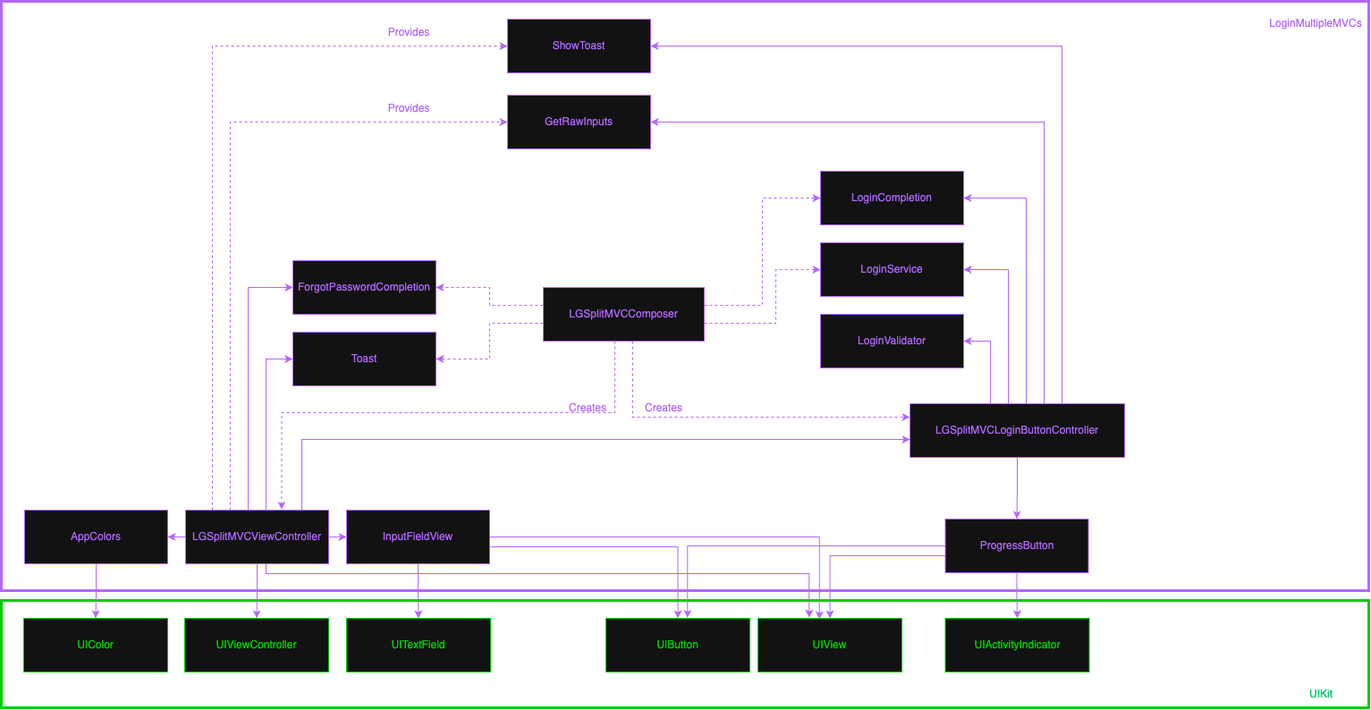
The draw.io diagram ECommerceScreens/ECommerceScreens/Login/SplitMVC/Diagrams/LGSplitMVCDependency.png in hiren9697/UIPatternsDemonstration, before a commit. Source tidied: cells renumbered, new cells last; positions are measured from the earlier drawing's top-left corner, leaving out a move shared by most shapes.
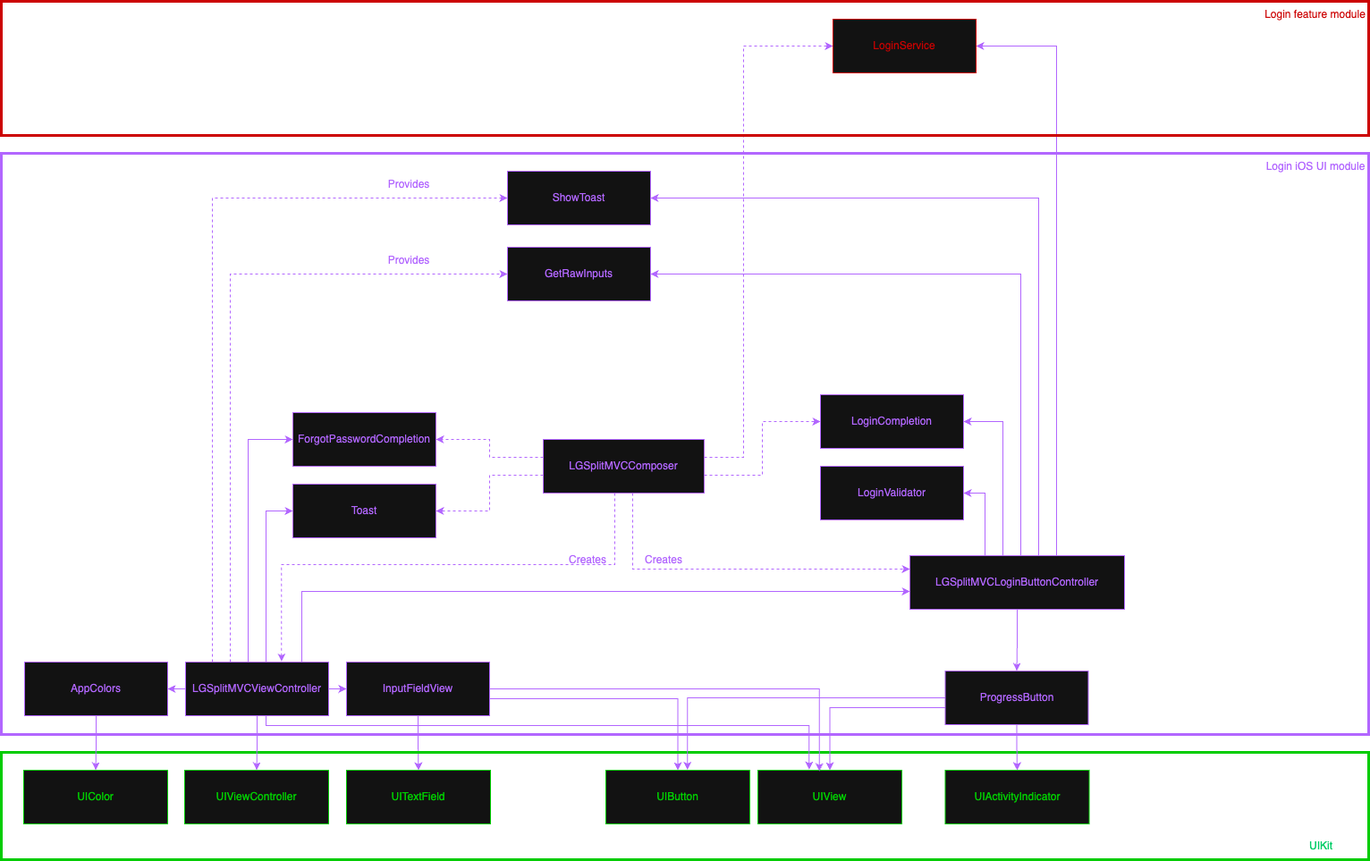
The same file after the commit.

What changed in the source:
```diff
@@ -18,20 +18,20 @@
     <mxCell id="5" value="&lt;span style=&quot;color: light-dark(rgb(0, 0, 0), rgb(178, 102, 255));&quot;&gt;ForgotPasswordCompletion&lt;/span&gt;" style="rounded=0;whiteSpace=wrap;html=1;strokeColor=light-dark(#000000,#B266FF);" parent="1" vertex="1">
       <mxGeometry x="326" y="290" width="160" height="60" as="geometry" />
     </mxCell>
-    <mxCell id="6" style="rounded=0;whiteSpace=wrap;html=1;strokeColor=light-dark(#000000,#B266FF);fillColor=none;strokeWidth=3;" parent="1" vertex="1">
-      <mxGeometry width="1529" height="659" as="geometry" />
-    </mxCell>
-    <mxCell id="7" style="rounded=0;whiteSpace=wrap;html=1;strokeColor=light-dark(#000000,#00CC00);fillColor=none;strokeWidth=3;" parent="1" vertex="1">
-      <mxGeometry y="670" width="1529" height="120" as="geometry" />
-    </mxCell>
+    <mxCell id="57" style="rounded=0;whiteSpace=wrap;html=1;strokeColor=light-dark(#000000,#B266FF);fillColor=none;strokeWidth=3;" parent="1" vertex="1">
+      <mxGeometry width="1529" height="650" as="geometry" />
+    </mxCell>
+    <mxCell id="58" style="rounded=0;whiteSpace=wrap;html=1;strokeColor=light-dark(#000000,#00CC00);fillColor=none;strokeWidth=3;" parent="1" vertex="1">
+      <mxGeometry y="670" width="1529" height="120" as="geometry" />
+    </mxCell>
     <mxCell id="8" value="&lt;font style=&quot;color: light-dark(rgb(0, 0, 0), rgb(0, 204, 102));&quot;&gt;UIKit&lt;/font&gt;" style="text;html=1;align=center;verticalAlign=middle;whiteSpace=wrap;rounded=0;" parent="1" vertex="1">
       <mxGeometry x="1446" y="760" width="60" height="30" as="geometry" />
     </mxCell>
-    <mxCell id="9" value="&lt;font style=&quot;color: light-dark(rgb(0, 0, 0), rgb(178, 102, 255));&quot;&gt;LoginMultipleMVCs&lt;/font&gt;" style="text;html=1;align=center;verticalAlign=middle;whiteSpace=wrap;rounded=0;" parent="1" vertex="1">
-      <mxGeometry x="1416" y="10" width="108" height="30" as="geometry" />
-    </mxCell>
+    <mxCell id="59" value="&lt;font style=&quot;color: light-dark(rgb(0, 0, 0), rgb(178, 102, 255));&quot;&gt;Login iOS UI module&lt;/font&gt;" style="text;html=1;align=center;verticalAlign=middle;whiteSpace=wrap;rounded=0;" parent="1" vertex="1">
+      <mxGeometry x="1412.5" width="114" height="30" as="geometry" />
+    </mxCell>
     <mxCell id="10" value="&lt;span style=&quot;color: light-dark(rgb(0, 0, 0), rgb(178, 102, 255));&quot;&gt;LoginCompletion&lt;/span&gt;" style="rounded=0;whiteSpace=wrap;html=1;strokeColor=light-dark(#000000,#B266FF);" parent="1" vertex="1">
-      <mxGeometry x="916" y="190" width="160" height="60" as="geometry" />
+      <mxGeometry x="916" y="270" width="160" height="60" as="geometry" />
     </mxCell>
     <mxCell id="11" style="edgeStyle=orthogonalEdgeStyle;rounded=0;jettySize=auto;html=1;entryX=0.5;entryY=0;entryDx=0;entryDy=0;strokeColor=#B266FF;" parent="1" edge="1" source="13" target="32">
       <mxGeometry relative="1" as="geometry">
@@ -46,9 +46,6 @@
     <mxCell id="13" value="&lt;span style=&quot;color: light-dark(rgb(0, 0, 0), rgb(178, 102, 255));&quot;&gt;ProgressButton&lt;/span&gt;" style="rounded=0;whiteSpace=wrap;html=1;strokeColor=light-dark(#000000,#B266FF);" parent="1" vertex="1">
       <mxGeometry x="1055.5" y="579" width="160" height="60" as="geometry" />
     </mxCell>
-    <mxCell id="14" value="&lt;span style=&quot;color: light-dark(rgb(0, 0, 0), rgb(178, 102, 255));&quot;&gt;LoginService&lt;/span&gt;" style="rounded=0;whiteSpace=wrap;html=1;strokeColor=light-dark(#000000,#B266FF);" parent="1" vertex="1">
-      <mxGeometry x="916" y="270" width="160" height="60" as="geometry" />
-    </mxCell>
     <mxCell id="15" value="&lt;span style=&quot;color: light-dark(rgb(0, 0, 0), rgb(178, 102, 255));&quot;&gt;Toast&lt;/span&gt;" style="rounded=0;whiteSpace=wrap;html=1;strokeColor=light-dark(#000000,#B266FF);" parent="1" vertex="1">
       <mxGeometry x="326" y="370" width="160" height="60" as="geometry" />
     </mxCell>
@@ -101,15 +98,15 @@
         </Array>
       </mxGeometry>
     </mxCell>
-    <mxCell id="27" style="edgeStyle=orthogonalEdgeStyle;rounded=0;orthogonalLoop=1;jettySize=auto;html=1;entryX=0;entryY=0.5;entryDx=0;entryDy=0;strokeColor=#B266FF;" parent="1" edge="1">
-      <mxGeometry relative="1" as="geometry">
-        <mxPoint x="336" y="579" as="sourcePoint" />
-        <mxPoint x="1016" y="490" as="targetPoint" />
-        <Array as="points">
-          <mxPoint x="336" y="490" />
-        </Array>
-      </mxGeometry>
-    </mxCell>
+    <mxCell id="60" style="edgeStyle=orthogonalEdgeStyle;rounded=0;orthogonalLoop=1;jettySize=auto;html=1;entryX=0;entryY=0.5;entryDx=0;entryDy=0;strokeColor=#B266FF;" parent="1" edge="1">
+      <mxGeometry relative="1" as="geometry">
+        <mxPoint x="336" y="579" as="sourcePoint" />
+        <mxPoint x="1016" y="490" as="targetPoint" />
+        <Array as="points">
+          <mxPoint x="336" y="490" />
+        </Array>
+      </mxGeometry>
+    </mxCell>
     <mxCell id="28" value="&lt;span style=&quot;color: light-dark(rgb(0, 0, 0), rgb(178, 102, 255));&quot;&gt;LGSplitMVCViewController&lt;/span&gt;" style="rounded=0;whiteSpace=wrap;html=1;strokeColor=light-dark(#000000,#B266FF);" parent="1" vertex="1">
       <mxGeometry x="206" y="569" width="160" height="60" as="geometry" />
     </mxCell>
@@ -137,38 +134,38 @@
     <mxCell id="36" style="edgeStyle=orthogonalEdgeStyle;rounded=0;jettySize=auto;html=1;entryX=1;entryY=0.5;entryDx=0;entryDy=0;strokeColor=#B266FF;" parent="1" edge="1" source="41" target="16">
       <mxGeometry relative="1" as="geometry">
         <Array as="points">
-          <mxPoint x="1106" y="380" />
+          <mxPoint x="1100" y="380" />
         </Array>
       </mxGeometry>
     </mxCell>
-    <mxCell id="37" style="edgeStyle=orthogonalEdgeStyle;rounded=0;jettySize=auto;html=1;entryX=1;entryY=0.5;entryDx=0;entryDy=0;strokeColor=#B266FF;" parent="1" edge="1" source="41" target="14">
-      <mxGeometry relative="1" as="geometry">
-        <Array as="points">
-          <mxPoint x="1126" y="300" />
-        </Array>
-      </mxGeometry>
-    </mxCell>
     <mxCell id="38" style="edgeStyle=orthogonalEdgeStyle;rounded=0;jettySize=auto;html=1;entryX=1;entryY=0.5;entryDx=0;entryDy=0;strokeColor=#B266FF;" parent="1" edge="1" source="41" target="10">
       <mxGeometry relative="1" as="geometry">
         <Array as="points">
-          <mxPoint x="1146" y="220" />
+          <mxPoint x="1120" y="300" />
         </Array>
       </mxGeometry>
     </mxCell>
     <mxCell id="39" style="edgeStyle=orthogonalEdgeStyle;rounded=0;jettySize=auto;html=1;entryX=1;entryY=0.5;entryDx=0;entryDy=0;strokeColor=#B266FF;" parent="1" edge="1" source="41" target="43">
       <mxGeometry relative="1" as="geometry">
         <Array as="points">
-          <mxPoint x="1166" y="135" />
+          <mxPoint x="1140" y="135" />
         </Array>
       </mxGeometry>
     </mxCell>
     <mxCell id="40" style="edgeStyle=orthogonalEdgeStyle;rounded=0;jettySize=auto;html=1;entryX=1;entryY=0.5;entryDx=0;entryDy=0;strokeColor=#B266FF;" parent="1" edge="1" source="41" target="42">
       <mxGeometry relative="1" as="geometry">
         <Array as="points">
-          <mxPoint x="1186" y="50" />
+          <mxPoint x="1160" y="50" />
         </Array>
       </mxGeometry>
     </mxCell>
+    <mxCell id="37" style="edgeStyle=orthogonalEdgeStyle;rounded=0;jettySize=auto;html=1;entryX=1;entryY=0.5;entryDx=0;entryDy=0;strokeColor=light-dark(#000000,#B266FF);" parent="1" edge="1" source="41" target="14">
+      <mxGeometry relative="1" as="geometry">
+        <Array as="points">
+          <mxPoint x="1180" y="-120" />
+        </Array>
+      </mxGeometry>
+    </mxCell>
     <mxCell id="41" value="&lt;span style=&quot;color: light-dark(rgb(0, 0, 0), rgb(178, 102, 255));&quot;&gt;LGSplitMVCLoginButtonController&lt;/span&gt;" style="rounded=0;whiteSpace=wrap;html=1;strokeColor=light-dark(#000000,#B266FF);" parent="1" vertex="1">
       <mxGeometry x="1016" y="450" width="240" height="60" as="geometry" />
     </mxCell>
@@ -208,26 +205,26 @@
     <mxCell id="48" style="edgeStyle=orthogonalEdgeStyle;rounded=0;jettySize=auto;html=1;entryX=0;entryY=0.5;entryDx=0;entryDy=0;strokeColor=#B266FF;dashed=1;" parent="1" edge="1" source="51" target="10">
       <mxGeometry relative="1" as="geometry">
         <Array as="points">
-          <mxPoint x="851" y="340" />
-          <mxPoint x="851" y="220" />
+          <mxPoint x="851" y="360" />
+          <mxPoint x="851" y="300" />
         </Array>
       </mxGeometry>
     </mxCell>
+    <mxCell id="50" style="edgeStyle=orthogonalEdgeStyle;rounded=0;jettySize=auto;html=1;entryX=0;entryY=0.25;entryDx=0;entryDy=0;strokeColor=#B266FF;dashed=1;" parent="1" edge="1" source="51" target="41">
+      <mxGeometry relative="1" as="geometry">
+        <Array as="points">
+          <mxPoint x="706" y="465" />
+        </Array>
+      </mxGeometry>
+    </mxCell>
-    <mxCell id="49" style="edgeStyle=orthogonalEdgeStyle;rounded=0;jettySize=auto;html=1;entryX=0;entryY=0.5;entryDx=0;entryDy=0;strokeColor=#B266FF;dashed=1;" parent="1" edge="1" source="51" target="14">
+    <mxCell id="49" style="edgeStyle=orthogonalEdgeStyle;rounded=0;jettySize=auto;html=1;entryX=0;entryY=0.5;entryDx=0;entryDy=0;strokeColor=light-dark(#000000,#B266FF);dashed=1;" parent="1" edge="1" source="51" target="14">
       <mxGeometry relative="1" as="geometry">
         <Array as="points">
-          <mxPoint x="866" y="360" />
-          <mxPoint x="866" y="300" />
+          <mxPoint x="830" y="340" />
+          <mxPoint x="830" y="-120" />
         </Array>
       </mxGeometry>
     </mxCell>
-    <mxCell id="50" style="edgeStyle=orthogonalEdgeStyle;rounded=0;jettySize=auto;html=1;entryX=0;entryY=0.25;entryDx=0;entryDy=0;strokeColor=#B266FF;dashed=1;" parent="1" edge="1" source="51" target="41">
-      <mxGeometry relative="1" as="geometry">
-        <Array as="points">
-          <mxPoint x="706" y="465" />
-        </Array>
-      </mxGeometry>
-    </mxCell>
     <mxCell id="51" value="&lt;span style=&quot;color: light-dark(rgb(0, 0, 0), rgb(178, 102, 255));&quot;&gt;LGSplitMVCComposer&lt;/span&gt;" style="rounded=0;whiteSpace=wrap;html=1;strokeColor=light-dark(#000000,#B266FF);" parent="1" vertex="1">
       <mxGeometry x="606" y="320" width="180" height="60" as="geometry" />
     </mxCell>
@@ -239,17 +236,26 @@
         </Array>
       </mxGeometry>
     </mxCell>
-    <mxCell id="53" value="&lt;font style=&quot;color: rgb(178, 102, 255);&quot;&gt;Creates&lt;/font&gt;" style="text;html=1;align=center;verticalAlign=middle;whiteSpace=wrap;rounded=0;" parent="1" vertex="1">
-      <mxGeometry x="710.5" y="440" width="60" height="30" as="geometry" />
-    </mxCell>
-    <mxCell id="54" value="&lt;font style=&quot;color: rgb(178, 102, 255);&quot;&gt;Creates&lt;/font&gt;" style="text;html=1;align=center;verticalAlign=middle;whiteSpace=wrap;rounded=0;" parent="1" vertex="1">
-      <mxGeometry x="626" y="440" width="60" height="30" as="geometry" />
-    </mxCell>
-    <mxCell id="55" value="&lt;font style=&quot;color: rgb(178, 102, 255);&quot;&gt;Provides&lt;/font&gt;" style="text;html=1;align=center;verticalAlign=middle;whiteSpace=wrap;rounded=0;" parent="1" vertex="1">
-      <mxGeometry x="426" y="20" width="60" height="30" as="geometry" />
-    </mxCell>
-    <mxCell id="56" value="&lt;font style=&quot;color: rgb(178, 102, 255);&quot;&gt;Provides&lt;/font&gt;" style="text;html=1;align=center;verticalAlign=middle;whiteSpace=wrap;rounded=0;" parent="1" vertex="1">
-      <mxGeometry x="426" y="105" width="60" height="30" as="geometry" />
-    </mxCell>
+    <mxCell id="61" value="&lt;font style=&quot;color: rgb(178, 102, 255);&quot;&gt;Creates&lt;/font&gt;" style="text;html=1;align=center;verticalAlign=middle;whiteSpace=wrap;rounded=0;" parent="1" vertex="1">
+      <mxGeometry x="710.5" y="440" width="60" height="30" as="geometry" />
+    </mxCell>
+    <mxCell id="62" value="&lt;font style=&quot;color: rgb(178, 102, 255);&quot;&gt;Creates&lt;/font&gt;" style="text;html=1;align=center;verticalAlign=middle;whiteSpace=wrap;rounded=0;" parent="1" vertex="1">
+      <mxGeometry x="626" y="440" width="60" height="30" as="geometry" />
+    </mxCell>
+    <mxCell id="63" value="&lt;font style=&quot;color: rgb(178, 102, 255);&quot;&gt;Provides&lt;/font&gt;" style="text;html=1;align=center;verticalAlign=middle;whiteSpace=wrap;rounded=0;" parent="1" vertex="1">
+      <mxGeometry x="426" y="20" width="60" height="30" as="geometry" />
+    </mxCell>
+    <mxCell id="64" value="&lt;font style=&quot;color: rgb(178, 102, 255);&quot;&gt;Provides&lt;/font&gt;" style="text;html=1;align=center;verticalAlign=middle;whiteSpace=wrap;rounded=0;" parent="1" vertex="1">
+      <mxGeometry x="426" y="105" width="60" height="30" as="geometry" />
+    </mxCell>
+    <mxCell id="14" value="&lt;font style=&quot;color: light-dark(rgb(0, 0, 0), rgb(204, 0, 0));&quot;&gt;LoginService&lt;/font&gt;" style="rounded=0;whiteSpace=wrap;html=1;strokeColor=light-dark(#000000,#CC0000);" parent="1" vertex="1">
+      <mxGeometry x="930" y="-150" width="160" height="60" as="geometry" />
+    </mxCell>
+    <mxCell id="65" style="rounded=0;whiteSpace=wrap;html=1;strokeColor=light-dark(#000000,#CC0000);fillColor=none;strokeWidth=3;" parent="1" vertex="1">
+      <mxGeometry y="-170" width="1529" height="150" as="geometry" />
+    </mxCell>
+    <mxCell id="66" value="&lt;font style=&quot;color: light-dark(rgb(0, 0, 0), rgb(204, 0, 0));&quot;&gt;Login feature module&lt;/font&gt;" style="text;html=1;align=center;verticalAlign=middle;whiteSpace=wrap;rounded=0;" parent="1" vertex="1">
+      <mxGeometry x="1410" y="-170" width="119" height="30" as="geometry" />
+    </mxCell>
   </root>
 </mxGraphModel>
```
